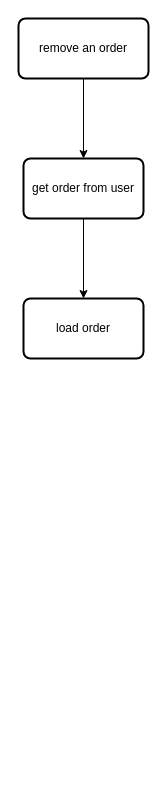
Earlier version of the draw.io diagram Assignments/FlooringMastery/RemoveOrder.drawio (Somepersonta4th/mthree-java). Source tidied: cells renumbered, new cells numbered last; positions are measured from the earlier drawing's top-left corner, leaving out a move shared by most shapes. Both pictures are drawn from the tidied source at 100%, with x=0, y=0 at pixel (18, 18).
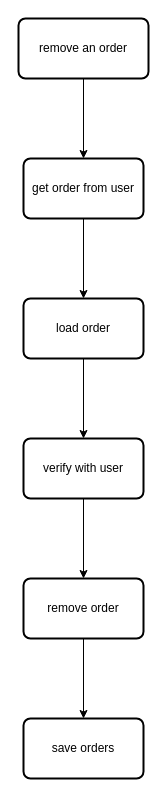
After the change.

Change to the diagram source:
```diff
@@
 <mxGraphModel>
   <root>
     <mxCell id="0" />
     <mxCell id="1" parent="0" />
     <mxCell id="2" style="edgeStyle=orthogonalEdgeStyle;rounded=0;jettySize=auto;html=1;" parent="1" edge="1" source="3" target="5">
       <mxGeometry relative="1" as="geometry" />
     </mxCell>
     <mxCell id="3" value="&lt;div&gt;remove an order&lt;/div&gt;" style="rounded=1;whiteSpace=wrap;html=1;absoluteArcSize=1;arcSize=14;strokeWidth=2;" parent="1" vertex="1">
       <mxGeometry width="130" height="60" as="geometry" />
     </mxCell>
     <mxCell id="4" style="edgeStyle=orthogonalEdgeStyle;rounded=0;jettySize=auto;html=1;" parent="1" edge="1" source="5" target="6">
       <mxGeometry relative="1" as="geometry" />
     </mxCell>
     <mxCell id="5" value="get order from user" style="whiteSpace=wrap;html=1;rounded=1;absoluteArcSize=1;arcSize=14;strokeWidth=2;" parent="1" vertex="1">
       <mxGeometry x="5" y="140" width="120" height="60" as="geometry" />
     </mxCell>
+    <mxCell id="7" style="edgeStyle=orthogonalEdgeStyle;rounded=0;jettySize=auto;html=1;" parent="1" edge="1" source="6" target="9">
+      <mxGeometry relative="1" as="geometry" />
+    </mxCell>
     <mxCell id="6" value="load order" style="whiteSpace=wrap;html=1;rounded=1;absoluteArcSize=1;arcSize=14;strokeWidth=2;" parent="1" vertex="1">
       <mxGeometry x="5" y="280" width="120" height="60" as="geometry" />
     </mxCell>
+    <mxCell id="8" style="edgeStyle=orthogonalEdgeStyle;rounded=0;jettySize=auto;html=1;" parent="1" edge="1" source="9" target="11">
+      <mxGeometry relative="1" as="geometry" />
+    </mxCell>
+    <mxCell id="9" value="verify with user" style="whiteSpace=wrap;html=1;rounded=1;absoluteArcSize=1;arcSize=14;strokeWidth=2;" parent="1" vertex="1">
+      <mxGeometry x="5" y="420" width="120" height="60" as="geometry" />
+    </mxCell>
+    <mxCell id="10" style="edgeStyle=orthogonalEdgeStyle;rounded=0;jettySize=auto;html=1;" parent="1" edge="1" source="11" target="12">
+      <mxGeometry relative="1" as="geometry" />
+    </mxCell>
+    <mxCell id="11" value="remove order" style="whiteSpace=wrap;html=1;rounded=1;absoluteArcSize=1;arcSize=14;strokeWidth=2;" parent="1" vertex="1">
+      <mxGeometry x="5" y="560" width="120" height="60" as="geometry" />
+    </mxCell>
+    <mxCell id="12" value="save orders" style="whiteSpace=wrap;html=1;rounded=1;absoluteArcSize=1;arcSize=14;strokeWidth=2;" parent="1" vertex="1">
+      <mxGeometry x="5" y="700" width="120" height="60" as="geometry" />
+    </mxCell>
   </root>
 </mxGraphModel>
```
